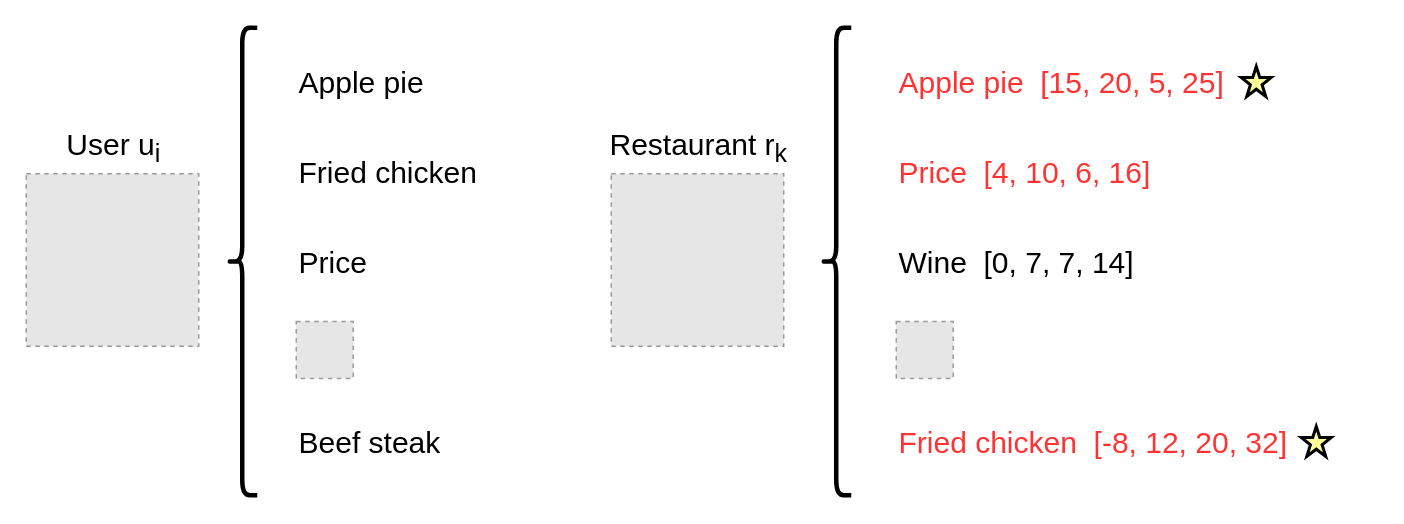
Above: argument.drawio in FengfanHu/Diagram (draw.io), before the change. Source tidied: cells renumbered, new cells numbered last; positions are measured from the earlier drawing's top-left corner, leaving out a move shared by most shapes. Both pictures are drawn from the tidied source at 150%, with x=0, y=0 at pixel (26, 27). Pictures stored in the file or linked from it are replaced by grey dashed boxes.
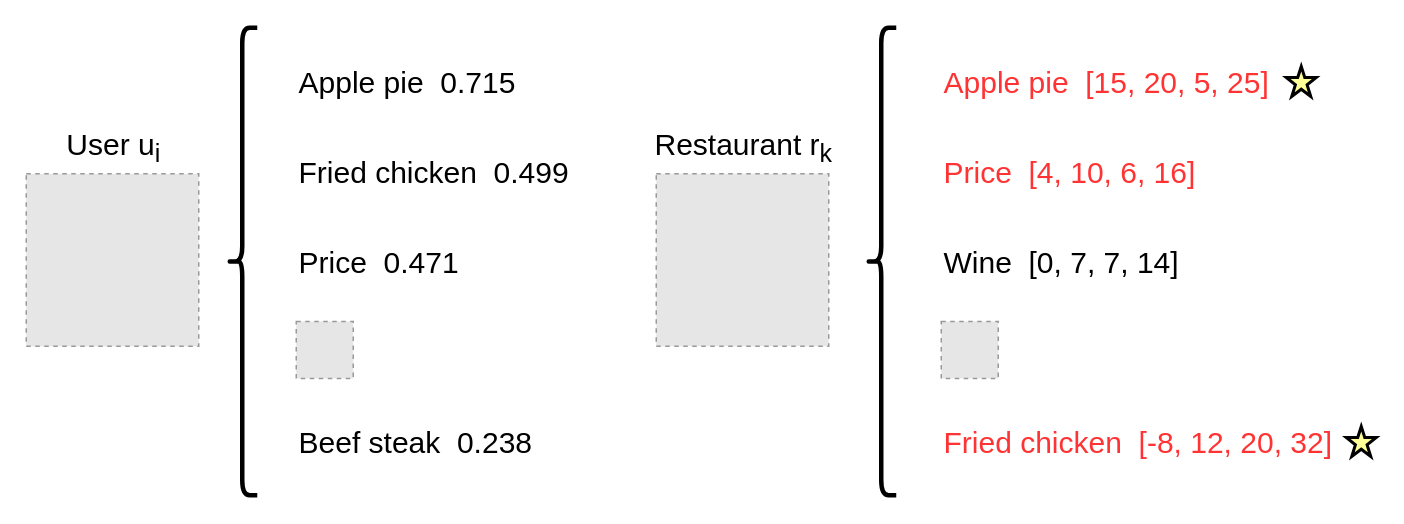
The same diagram, later.

What changed in the source:
```diff
@@
 <mxGraphModel>
   <root>
     <mxCell id="0" />
     <mxCell id="1" parent="0" />
     <mxCell id="2" value="User u&lt;sub&gt;i&lt;/sub&gt;" style="fillColor=#E6E6E6;strokeColor=#999999;dashed=1;html=1;verticalAlign=bottom;verticalLabelPosition=top;labelBackgroundColor=#ffffff;fontSize=20;labelPosition=center;align=center;" parent="1" vertex="1">
       <mxGeometry y="97.4" width="115" height="115" as="geometry" />
     </mxCell>
     <mxCell id="3" style="shape=curlyBracket;whiteSpace=wrap;html=1;rounded=1;strokeWidth=3;" parent="1" vertex="1">
       <mxGeometry x="134" width="20" height="311.7" as="geometry" />
     </mxCell>
-    <mxCell id="4" value="&lt;font style=&quot;font-size: 20px;&quot;&gt;Apple pie&lt;/font&gt;" style="text;html=1;align=left;verticalAlign=middle;strokeColor=none;fillColor=none;" parent="1" vertex="1">
-      <mxGeometry x="180" y="15.8" width="110" height="40" as="geometry" />
+    <mxCell id="4" value="&lt;font style=&quot;font-size: 20px;&quot;&gt;Apple pie&amp;nbsp; 0.715&lt;/font&gt;" style="text;html=1;align=left;verticalAlign=middle;strokeColor=none;fillColor=none;" parent="1" vertex="1">
+      <mxGeometry x="180" y="15.8" width="170" height="40" as="geometry" />
     </mxCell>
-    <mxCell id="5" value="&lt;font style=&quot;font-size: 20px;&quot;&gt;Fried chicken&lt;/font&gt;" style="text;html=1;align=left;verticalAlign=middle;strokeColor=none;fillColor=none;" parent="1" vertex="1">
-      <mxGeometry x="180" y="75.8" width="140" height="40" as="geometry" />
+    <mxCell id="5" value="&lt;font style=&quot;font-size: 20px;&quot;&gt;Fried chicken&amp;nbsp; 0.499&lt;/font&gt;" style="text;html=1;align=left;verticalAlign=middle;strokeColor=none;fillColor=none;" parent="1" vertex="1">
+      <mxGeometry x="180" y="75.8" width="200" height="40" as="geometry" />
     </mxCell>
-    <mxCell id="6" value="&lt;font style=&quot;font-size: 20px;&quot;&gt;Price&lt;/font&gt;" style="text;html=1;align=left;verticalAlign=middle;strokeColor=none;fillColor=none;" parent="1" vertex="1">
-      <mxGeometry x="180" y="135.8" width="70" height="40" as="geometry" />
+    <mxCell id="6" value="&lt;font style=&quot;font-size: 20px;&quot;&gt;Price&amp;nbsp; 0.471&lt;/font&gt;" style="text;html=1;align=left;verticalAlign=middle;strokeColor=none;fillColor=none;" parent="1" vertex="1">
+      <mxGeometry x="180" y="135.8" width="130" height="40" as="geometry" />
     </mxCell>
-    <mxCell id="7" value="&lt;font style=&quot;font-size: 20px;&quot;&gt;Beef&amp;nbsp;steak&lt;/font&gt;" style="text;html=1;align=left;verticalAlign=middle;strokeColor=none;fillColor=none;" parent="1" vertex="1">
-      <mxGeometry x="180" y="255.8" width="120" height="40" as="geometry" />
+    <mxCell id="7" value="&lt;font style=&quot;font-size: 20px;&quot;&gt;Beef&amp;nbsp;steak&amp;nbsp; 0.238&lt;/font&gt;" style="text;html=1;align=left;verticalAlign=middle;strokeColor=none;fillColor=none;" parent="1" vertex="1">
+      <mxGeometry x="180" y="255.8" width="180" height="40" as="geometry" />
     </mxCell>
     <mxCell id="8" style="fillColor=#E6E6E6;strokeColor=#999999;dashed=1;html=1;verticalAlign=top;verticalLabelPosition=bottom;labelBackgroundColor=#ffffff;fontSize=18;" parent="1" vertex="1">
       <mxGeometry x="180" y="195.8" width="38" height="38" as="geometry" />
     </mxCell>
+    <mxCell id="18" style="group;" parent="1" vertex="1">
+      <mxGeometry x="420" width="480" height="311.7" as="geometry" />
+    </mxCell>
-    <mxCell id="9" value="Restaurant r&lt;sub&gt;k&lt;/sub&gt;" style="fillColor=#E6E6E6;strokeColor=#999999;dashed=1;html=1;verticalAlign=bottom;verticalLabelPosition=top;labelBackgroundColor=#ffffff;fontSize=20;labelPosition=center;align=center;" parent="1" vertex="1">
-      <mxGeometry x="390" y="97.3" width="115" height="115" as="geometry" />
+    <mxCell id="9" value="Restaurant r&lt;sub&gt;k&lt;/sub&gt;" style="fillColor=#E6E6E6;strokeColor=#999999;dashed=1;html=1;verticalAlign=bottom;verticalLabelPosition=top;labelBackgroundColor=#ffffff;fontSize=20;labelPosition=center;align=center;" parent="18" vertex="1">
+      <mxGeometry y="97.3" width="115" height="115" as="geometry" />
     </mxCell>
-    <mxCell id="10" style="shape=curlyBracket;whiteSpace=wrap;html=1;rounded=1;strokeWidth=3;" parent="1" vertex="1">
-      <mxGeometry x="530" width="20" height="311.7" as="geometry" />
+    <mxCell id="10" style="shape=curlyBracket;whiteSpace=wrap;html=1;rounded=1;strokeWidth=3;" parent="18" vertex="1">
+      <mxGeometry x="140" width="20" height="311.7" as="geometry" />
     </mxCell>
-    <mxCell id="11" value="&lt;font color=&quot;#ff3333&quot; style=&quot;font-size: 20px;&quot;&gt;Apple pie&amp;nbsp; [15, 20, 5, 25]&lt;/font&gt;" style="text;html=1;align=left;verticalAlign=middle;strokeColor=none;fillColor=none;" parent="1" vertex="1">
-      <mxGeometry x="580" y="15.8" width="240" height="40" as="geometry" />
+    <mxCell id="11" value="&lt;font color=&quot;#ff3333&quot; style=&quot;font-size: 20px;&quot;&gt;Apple pie&amp;nbsp; [15, 20, 5, 25]&lt;/font&gt;" style="text;html=1;align=left;verticalAlign=middle;strokeColor=none;fillColor=none;" parent="18" vertex="1">
+      <mxGeometry x="190" y="15.8" width="240" height="40" as="geometry" />
     </mxCell>
-    <mxCell id="12" value="&lt;font color=&quot;#ff3333&quot; style=&quot;font-size: 20px;&quot;&gt;Price&amp;nbsp;&amp;nbsp;&lt;/font&gt;&lt;span style=&quot;color: rgb(255, 51, 51); font-size: 20px;&quot;&gt;[4, 10, 6, 16]&lt;/span&gt;" style="text;html=1;align=left;verticalAlign=middle;strokeColor=none;fillColor=none;" parent="1" vertex="1">
-      <mxGeometry x="580" y="75.8" width="190" height="40" as="geometry" />
+    <mxCell id="12" value="&lt;font color=&quot;#ff3333&quot; style=&quot;font-size: 20px;&quot;&gt;Price&amp;nbsp;&amp;nbsp;&lt;/font&gt;&lt;span style=&quot;color: rgb(255, 51, 51); font-size: 20px;&quot;&gt;[4, 10, 6, 16]&lt;/span&gt;" style="text;html=1;align=left;verticalAlign=middle;strokeColor=none;fillColor=none;" parent="18" vertex="1">
+      <mxGeometry x="190" y="75.8" width="190" height="40" as="geometry" />
     </mxCell>
-    <mxCell id="13" style="fillColor=#E6E6E6;strokeColor=#999999;dashed=1;html=1;verticalAlign=top;verticalLabelPosition=bottom;labelBackgroundColor=#ffffff;fontSize=18;" parent="1" vertex="1">
-      <mxGeometry x="580" y="195.8" width="38" height="38" as="geometry" />
+    <mxCell id="13" style="fillColor=#E6E6E6;strokeColor=#999999;dashed=1;html=1;verticalAlign=top;verticalLabelPosition=bottom;labelBackgroundColor=#ffffff;fontSize=18;" parent="18" vertex="1">
+      <mxGeometry x="190" y="195.8" width="38" height="38" as="geometry" />
     </mxCell>
-    <mxCell id="14" value="&lt;font style=&quot;font-size: 20px;&quot;&gt;Wine&amp;nbsp; [0, 7, 7, 14]&lt;/font&gt;" style="text;html=1;align=left;verticalAlign=middle;strokeColor=none;fillColor=none;" parent="1" vertex="1">
-      <mxGeometry x="580" y="135.8" width="180" height="40" as="geometry" />
+    <mxCell id="14" value="&lt;font style=&quot;font-size: 20px;&quot;&gt;Wine&amp;nbsp; [0, 7, 7, 14]&lt;/font&gt;" style="text;html=1;align=left;verticalAlign=middle;strokeColor=none;fillColor=none;" parent="18" vertex="1">
+      <mxGeometry x="190" y="135.8" width="180" height="40" as="geometry" />
     </mxCell>
-    <mxCell id="15" value="&lt;span style=&quot;font-size: 20px;&quot;&gt;&lt;font color=&quot;#ff3333&quot;&gt;Fried chicken&amp;nbsp; [-8, 12, 20, 32]&lt;/font&gt;&lt;/span&gt;" style="text;html=1;align=left;verticalAlign=middle;strokeColor=none;fillColor=none;" parent="1" vertex="1">
-      <mxGeometry x="580" y="255.8" width="280" height="40" as="geometry" />
+    <mxCell id="15" value="&lt;span style=&quot;font-size: 20px;&quot;&gt;&lt;font color=&quot;#ff3333&quot;&gt;Fried chicken&amp;nbsp; [-8, 12, 20, 32]&lt;/font&gt;&lt;/span&gt;" style="text;html=1;align=left;verticalAlign=middle;strokeColor=none;fillColor=none;" parent="18" vertex="1">
+      <mxGeometry x="190" y="255.8" width="280" height="40" as="geometry" />
     </mxCell>
-    <mxCell id="16" style="verticalLabelPosition=bottom;verticalAlign=top;html=1;shape=mxgraph.basic.star;labelBackgroundColor=none;fillColor=#FFFF99;strokeColor=default;strokeWidth=2;" parent="1" vertex="1">
-      <mxGeometry x="810" y="25.8" width="20" height="20" as="geometry" />
+    <mxCell id="16" style="verticalLabelPosition=bottom;verticalAlign=top;html=1;shape=mxgraph.basic.star;labelBackgroundColor=none;fillColor=#FFFF99;strokeColor=default;strokeWidth=2;" parent="18" vertex="1">
+      <mxGeometry x="420" y="25.8" width="20" height="20" as="geometry" />
     </mxCell>
-    <mxCell id="17" style="verticalLabelPosition=bottom;verticalAlign=top;html=1;shape=mxgraph.basic.star;labelBackgroundColor=none;fillColor=#FFFF99;strokeColor=default;strokeWidth=2;" parent="1" vertex="1">
-      <mxGeometry x="850" y="265.8" width="20" height="20" as="geometry" />
+    <mxCell id="17" style="verticalLabelPosition=bottom;verticalAlign=top;html=1;shape=mxgraph.basic.star;labelBackgroundColor=none;fillColor=#FFFF99;strokeColor=default;strokeWidth=2;" parent="18" vertex="1">
+      <mxGeometry x="460" y="265.8" width="20" height="20" as="geometry" />
     </mxCell>
   </root>
 </mxGraphModel>
```
